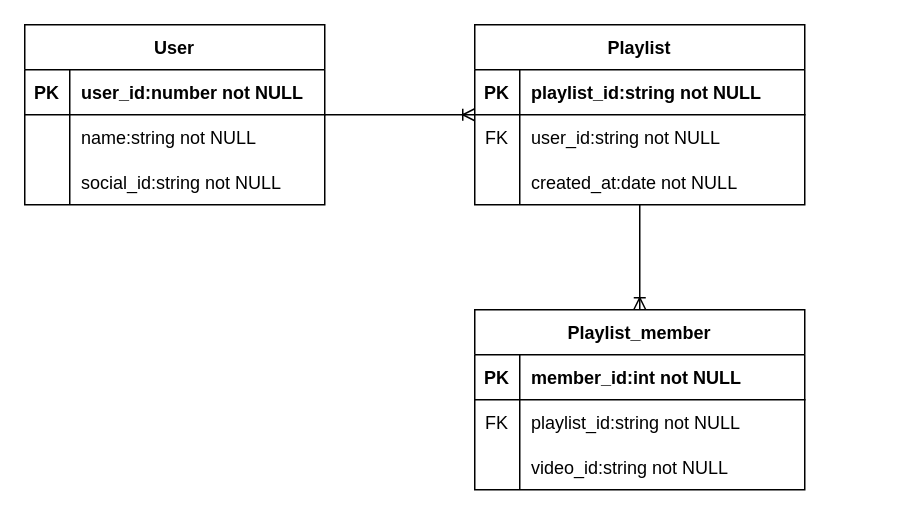
Above: docs/er.drawio in toki0902/psApp_Nextjs (draw.io), before the change. Source tidied: cells renumbered, new cells numbered last; positions are measured from the earlier drawing's top-left corner, leaving out a move shared by most shapes. Both pictures are drawn from the tidied source at 150%, with x=0, y=0 at pixel (24, 24).
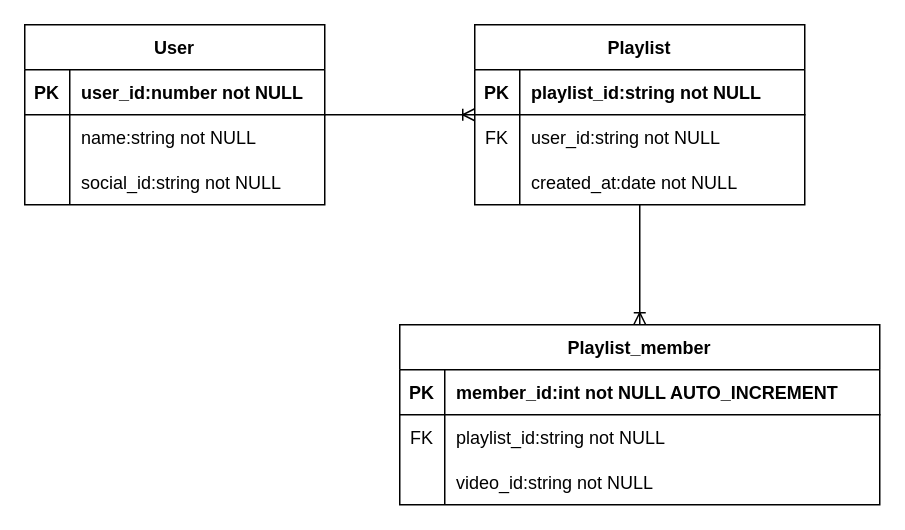
The same diagram, later.

Change to the diagram source:
```diff
@@
     <mxCell id="24" value="Playlist_member" style="shape=table;startSize=30;childLayout=tableLayout;rowLines=0;fontStyle=1;align=center;" parent="1" vertex="1">
-      <mxGeometry x="300" y="190" width="220" height="120" as="geometry" />
+      <mxGeometry x="250" y="200" width="320" height="120" as="geometry" />
     </mxCell>
     <mxCell id="25" style="shape=tableRow;horizontal=0;startSize=0;swimlaneHead=0;swimlaneBody=0;fillColor=none;top=0;left=0;right=0;bottom=1;" parent="24" vertex="1">
-      <mxGeometry y="30" width="220" height="30" as="geometry" />
+      <mxGeometry y="30" width="320" height="30" as="geometry" />
     </mxCell>
@@
-    <mxCell id="27" value="member_id:int not NULL" style="shape=partialRectangle;fillColor=none;top=0;left=0;bottom=0;right=0;align=left;spacingLeft=6;fontStyle=1;overflow=hidden;" parent="25" vertex="1">
-      <mxGeometry x="30" width="190" height="30" as="geometry" />
+    <mxCell id="27" value="member_id:int not NULL AUTO_INCREMENT" style="shape=partialRectangle;fillColor=none;top=0;left=0;bottom=0;right=0;align=left;spacingLeft=6;fontStyle=1;overflow=hidden;" parent="25" vertex="1">
+      <mxGeometry x="30" width="290" height="30" as="geometry" />
     </mxCell>
     <mxCell id="28" style="shape=tableRow;horizontal=0;startSize=0;swimlaneHead=0;swimlaneBody=0;fillColor=none;top=0;left=0;right=0;bottom=0;" parent="24" vertex="1">
-      <mxGeometry y="60" width="220" height="30" as="geometry" />
+      <mxGeometry y="60" width="320" height="30" as="geometry" />
     </mxCell>
@@
     <mxCell id="30" value="playlist_id:string not NULL" style="shape=partialRectangle;fillColor=none;top=0;left=0;bottom=0;right=0;align=left;spacingLeft=6;overflow=hidden;" parent="28" vertex="1">
-      <mxGeometry x="30" width="190" height="30" as="geometry" />
+      <mxGeometry x="30" width="290" height="30" as="geometry" />
     </mxCell>
-    <mxCell id="31" style="shape=tableRow;horizontal=0;startSize=0;swimlaneHead=0;swimlaneBody=0;fillColor=none;top=0;left=0;right=0;bottom=0;" parent="24" vertex="1">
-      <mxGeometry y="90" width="220" height="30" as="geometry" />
-    </mxCell>
+    <mxCell id="34" style="shape=tableRow;horizontal=0;startSize=0;swimlaneHead=0;swimlaneBody=0;fillColor=none;top=0;left=0;right=0;bottom=0;" parent="24" vertex="1">
+      <mxGeometry y="90" width="320" height="30" as="geometry" />
+    </mxCell>
-    <mxCell id="32" style="shape=partialRectangle;fillColor=none;top=0;left=0;bottom=0;right=0;overflow=hidden;" parent="31" vertex="1">
+    <mxCell id="32" style="shape=partialRectangle;fillColor=none;top=0;left=0;bottom=0;right=0;overflow=hidden;" parent="34" vertex="1">
       <mxGeometry width="30" height="30" as="geometry" />
     </mxCell>
-    <mxCell id="33" value="video_id:string not NULL" style="shape=partialRectangle;fillColor=none;top=0;left=0;bottom=0;right=0;align=left;spacingLeft=6;overflow=hidden;" parent="31" vertex="1">
-      <mxGeometry x="30" width="190" height="30" as="geometry" />
+    <mxCell id="33" value="video_id:string not NULL" style="shape=partialRectangle;fillColor=none;top=0;left=0;bottom=0;right=0;align=left;spacingLeft=6;overflow=hidden;" parent="34" vertex="1">
+      <mxGeometry x="30" width="290" height="30" as="geometry" />
     </mxCell>
```
